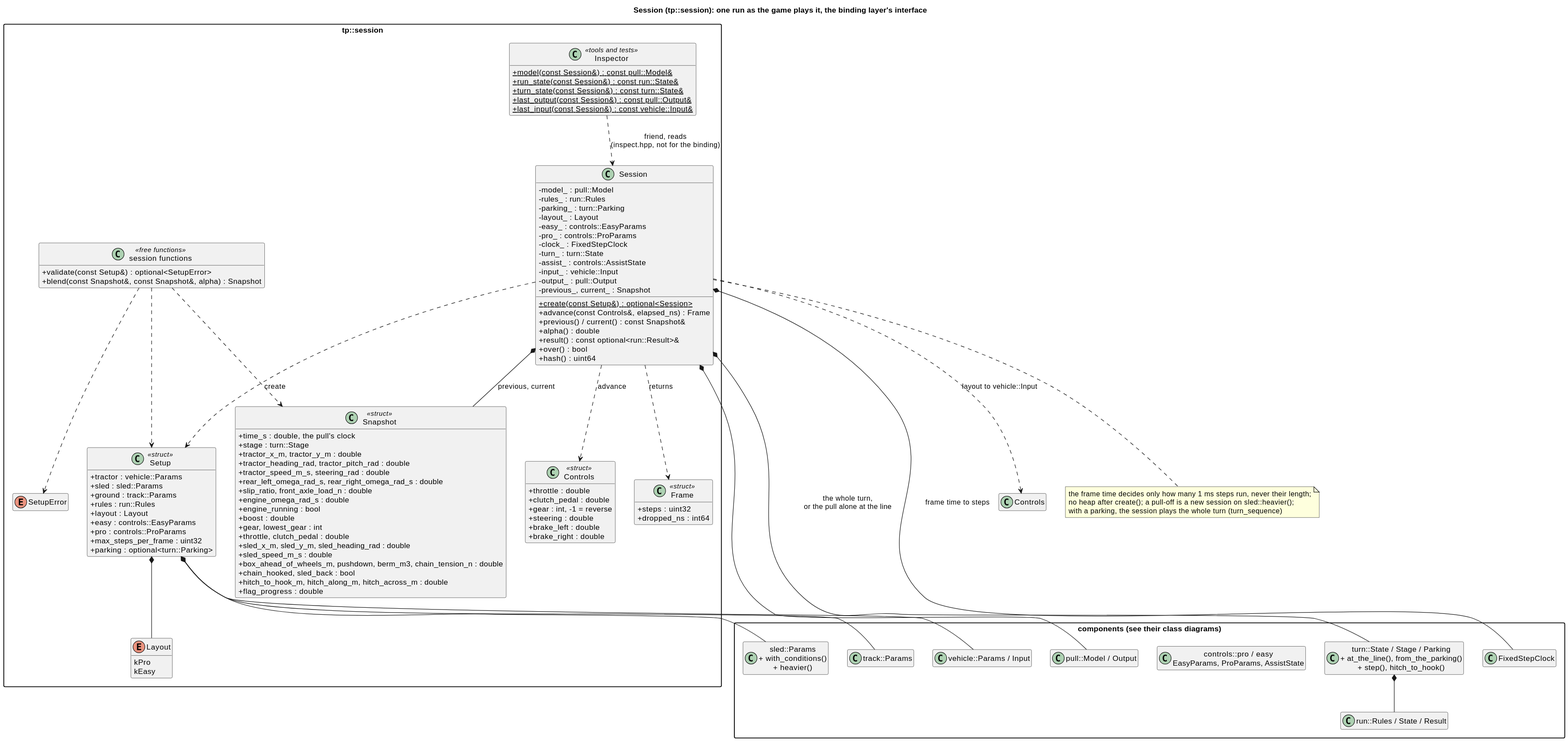
Earlier version of the PlantUML export docs/diagrams/svg/session_classes.svg (wversteeg/TractorPulling).
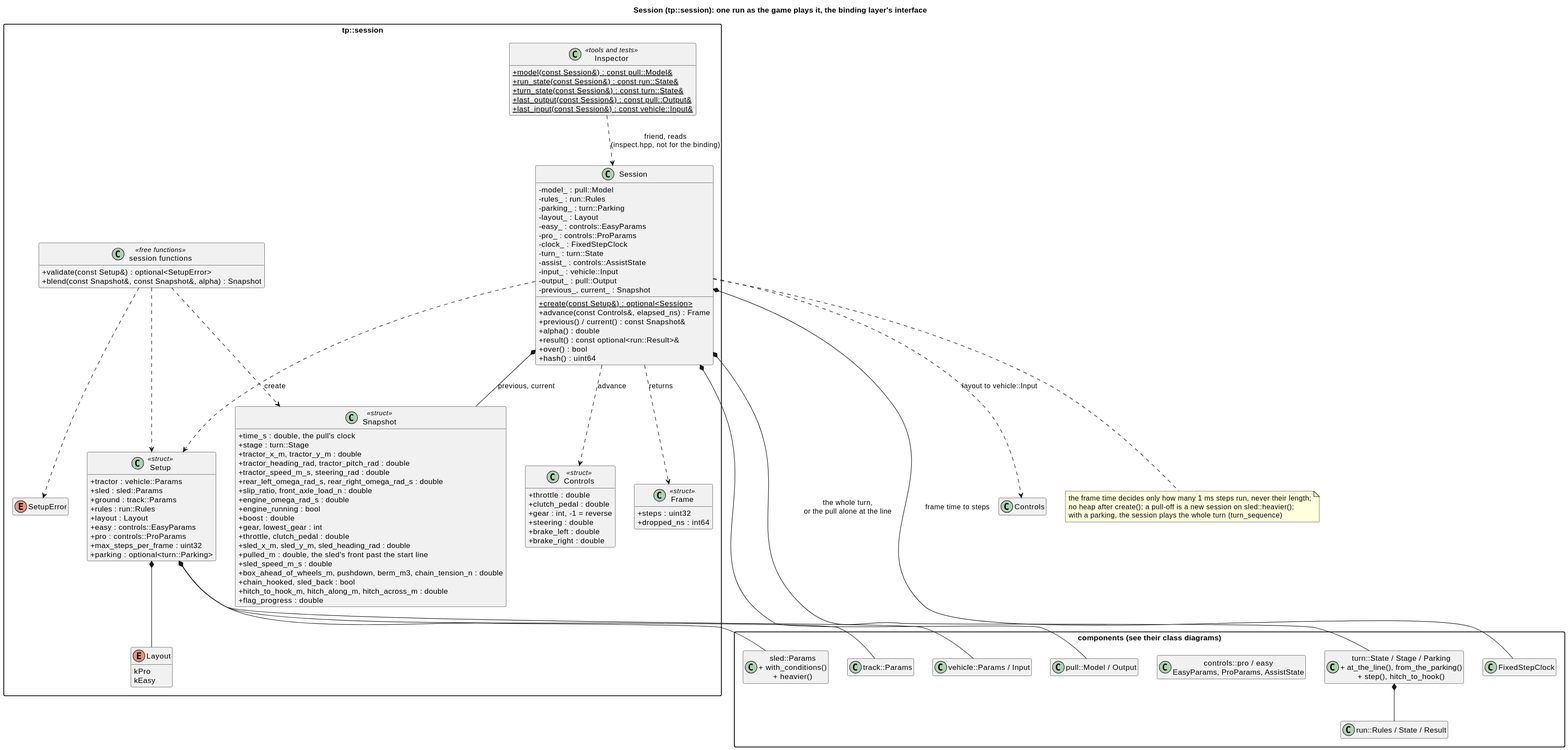
The same file after the commit.

Diff of the diagram source:
```diff
@@ -54,6 +54,7 @@
     +gear, lowest_gear : int
     +throttle, clutch_pedal : double
     +sled_x_m, sled_y_m, sled_heading_rad : double
+    +pulled_m : double, the sled's front past the start line
     +sled_speed_m_s : double
     +box_ahead_of_wheels_m, pushdown, berm_m3, chain_tension_n : double
     +chain_hooked, sled_back : bool
```
